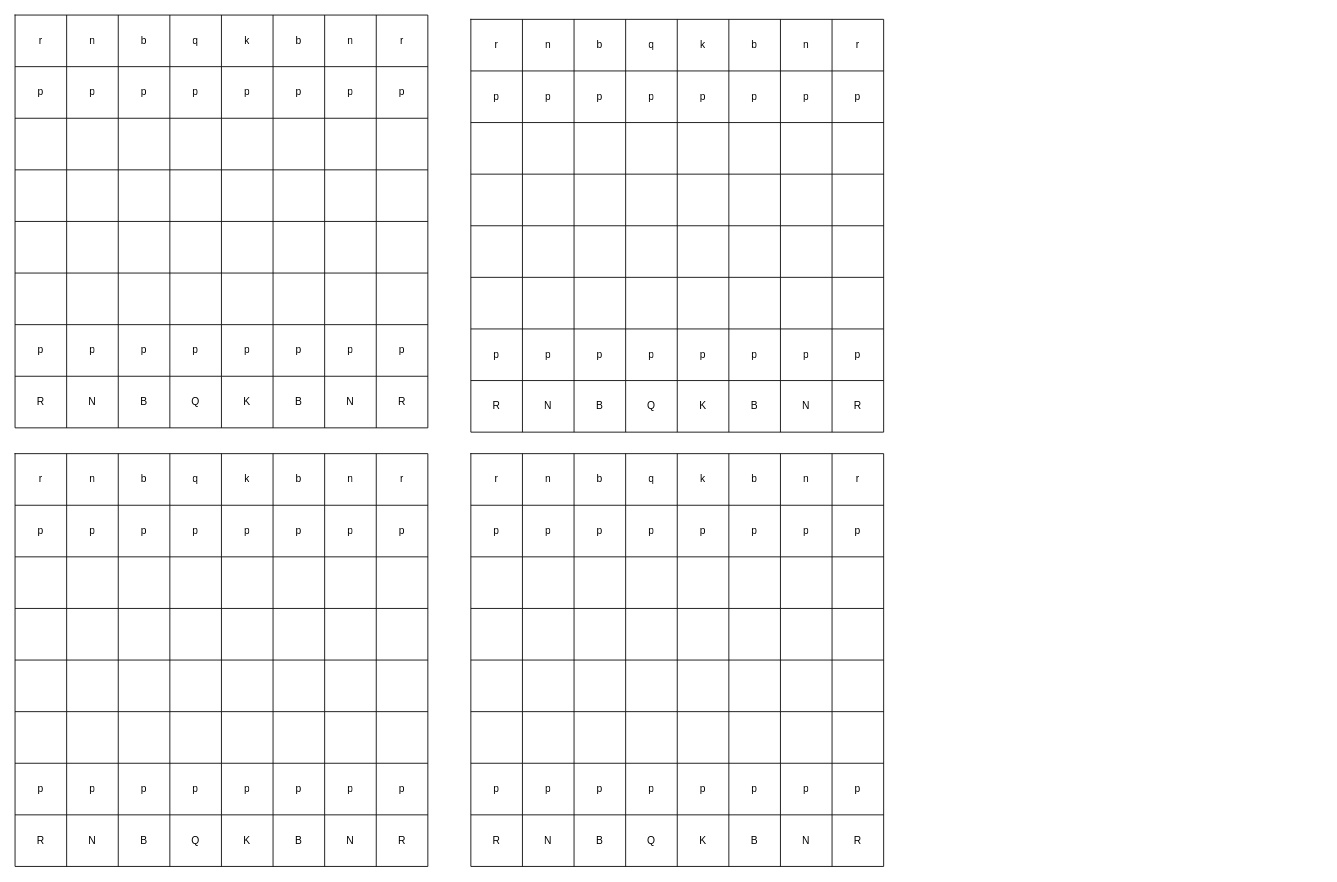
Before: engine/design.drawio in Dan-Mach/rusty-chess, a draw.io diagram. Source tidied: cells renumbered, new cells numbered last; positions are measured from the earlier drawing's top-left corner, leaving out a move shared by most shapes. Both pictures are drawn from the tidied source at 86%, with x=0, y=0 at pixel (15, 15).
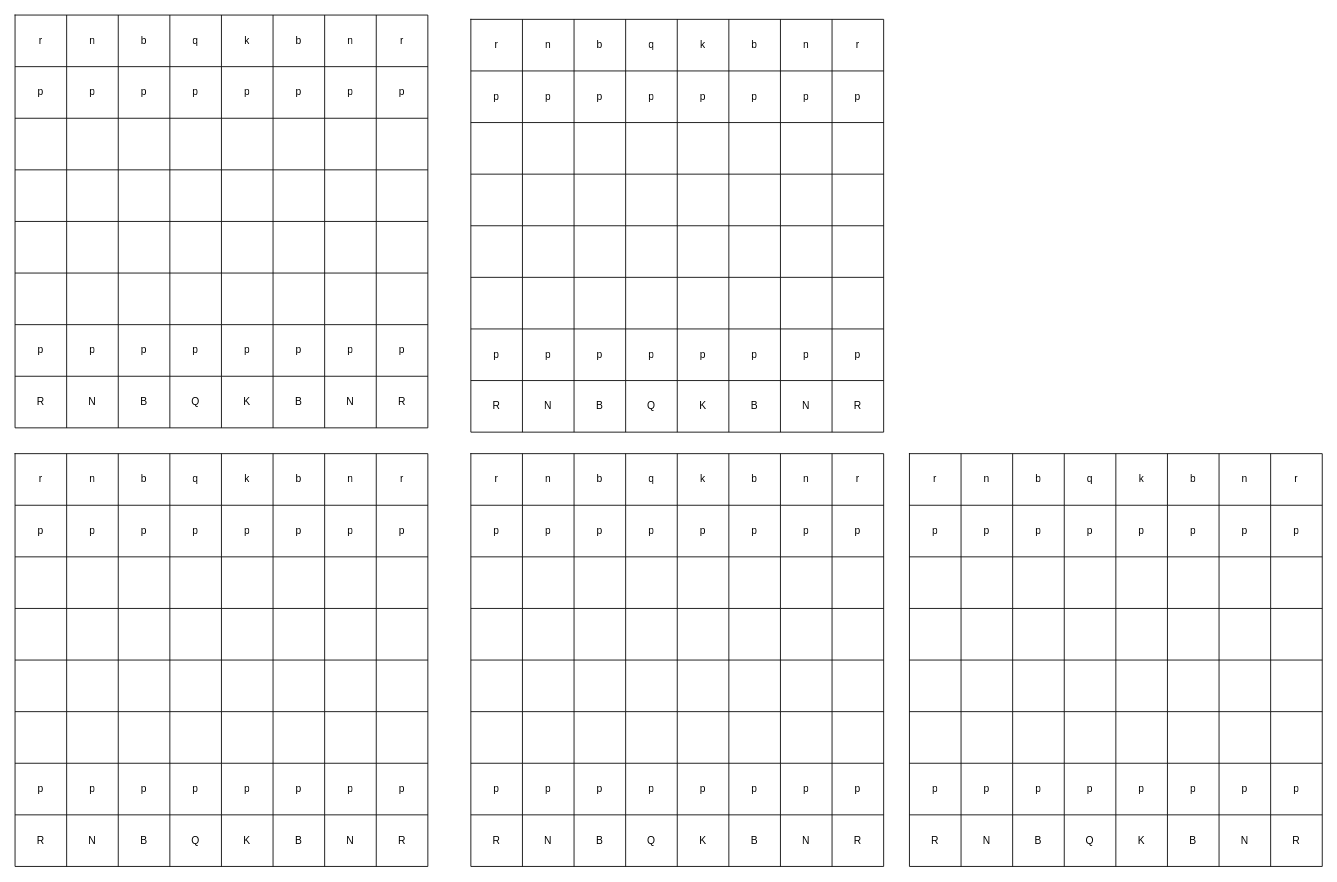
After the change.

Change to the diagram source:
```diff
@@
+    <mxCell id="294" style="shape=table;startSize=0;childLayout=tableLayout;" parent="1" vertex="1">
+      <mxGeometry x="1040" y="510" width="480" height="480" as="geometry" />
+    </mxCell>
+    <mxCell id="295" style="shape=tableRow;horizontal=0;startSize=0;swimlaneHead=0;swimlaneBody=0;strokeColor=inherit;top=0;left=0;bottom=0;right=0;fillColor=none;" parent="294" vertex="1">
+      <mxGeometry width="480" height="60" as="geometry" />
+    </mxCell>
+    <mxCell id="296" value="r" style="shape=partialRectangle;html=1;whiteSpace=wrap;strokeColor=inherit;overflow=hidden;fillColor=none;top=0;left=0;bottom=0;right=0;" parent="295" vertex="1">
+      <mxGeometry width="60" height="60" as="geometry" />
+    </mxCell>
+    <mxCell id="297" value="n" style="shape=partialRectangle;html=1;whiteSpace=wrap;strokeColor=inherit;overflow=hidden;fillColor=none;top=0;left=0;bottom=0;right=0;" parent="295" vertex="1">
+      <mxGeometry x="60" width="60" height="60" as="geometry" />
+    </mxCell>
+    <mxCell id="298" value="b" style="shape=partialRectangle;html=1;whiteSpace=wrap;strokeColor=inherit;overflow=hidden;fillColor=none;top=0;left=0;bottom=0;right=0;" parent="295" vertex="1">
+      <mxGeometry x="120" width="60" height="60" as="geometry" />
+    </mxCell>
+    <mxCell id="299" value="q" style="shape=partialRectangle;html=1;whiteSpace=wrap;strokeColor=inherit;overflow=hidden;fillColor=none;top=0;left=0;bottom=0;right=0;" parent="295" vertex="1">
+      <mxGeometry x="180" width="60" height="60" as="geometry" />
+    </mxCell>
+    <mxCell id="300" value="k" style="shape=partialRectangle;html=1;whiteSpace=wrap;strokeColor=inherit;overflow=hidden;fillColor=none;top=0;left=0;bottom=0;right=0;" parent="295" vertex="1">
+      <mxGeometry x="240" width="60" height="60" as="geometry" />
+    </mxCell>
+    <mxCell id="301" value="b" style="shape=partialRectangle;html=1;whiteSpace=wrap;strokeColor=inherit;overflow=hidden;fillColor=none;top=0;left=0;bottom=0;right=0;" parent="295" vertex="1">
+      <mxGeometry x="300" width="60" height="60" as="geometry" />
+    </mxCell>
+    <mxCell id="302" value="n" style="shape=partialRectangle;html=1;whiteSpace=wrap;strokeColor=inherit;overflow=hidden;fillColor=none;top=0;left=0;bottom=0;right=0;" parent="295" vertex="1">
+      <mxGeometry x="360" width="60" height="60" as="geometry" />
+    </mxCell>
+    <mxCell id="303" value="r" style="shape=partialRectangle;html=1;whiteSpace=wrap;strokeColor=inherit;overflow=hidden;fillColor=none;top=0;left=0;bottom=0;right=0;" parent="295" vertex="1">
+      <mxGeometry x="420" width="60" height="60" as="geometry" />
+    </mxCell>
+    <mxCell id="304" style="shape=tableRow;horizontal=0;startSize=0;swimlaneHead=0;swimlaneBody=0;strokeColor=inherit;top=0;left=0;bottom=0;right=0;fillColor=none;" parent="294" vertex="1">
+      <mxGeometry y="60" width="480" height="60" as="geometry" />
+    </mxCell>
+    <mxCell id="305" value="p" style="shape=partialRectangle;html=1;whiteSpace=wrap;strokeColor=inherit;overflow=hidden;fillColor=none;top=0;left=0;bottom=0;right=0;" parent="304" vertex="1">
+      <mxGeometry width="60" height="60" as="geometry" />
+    </mxCell>
+    <mxCell id="306" value="p" style="shape=partialRectangle;html=1;whiteSpace=wrap;strokeColor=inherit;overflow=hidden;fillColor=none;top=0;left=0;bottom=0;right=0;" parent="304" vertex="1">
+      <mxGeometry x="60" width="60" height="60" as="geometry" />
+    </mxCell>
+    <mxCell id="307" value="p" style="shape=partialRectangle;html=1;whiteSpace=wrap;strokeColor=inherit;overflow=hidden;fillColor=none;top=0;left=0;bottom=0;right=0;" parent="304" vertex="1">
+      <mxGeometry x="120" width="60" height="60" as="geometry" />
+    </mxCell>
+    <mxCell id="308" value="p" style="shape=partialRectangle;html=1;whiteSpace=wrap;strokeColor=inherit;overflow=hidden;fillColor=none;top=0;left=0;bottom=0;right=0;" parent="304" vertex="1">
+      <mxGeometry x="180" width="60" height="60" as="geometry" />
+    </mxCell>
+    <mxCell id="309" value="p" style="shape=partialRectangle;html=1;whiteSpace=wrap;strokeColor=inherit;overflow=hidden;fillColor=none;top=0;left=0;bottom=0;right=0;" parent="304" vertex="1">
+      <mxGeometry x="240" width="60" height="60" as="geometry" />
+    </mxCell>
+    <mxCell id="310" value="p" style="shape=partialRectangle;html=1;whiteSpace=wrap;strokeColor=inherit;overflow=hidden;fillColor=none;top=0;left=0;bottom=0;right=0;" parent="304" vertex="1">
+      <mxGeometry x="300" width="60" height="60" as="geometry" />
+    </mxCell>
+    <mxCell id="311" value="p" style="shape=partialRectangle;html=1;whiteSpace=wrap;strokeColor=inherit;overflow=hidden;fillColor=none;top=0;left=0;bottom=0;right=0;" parent="304" vertex="1">
+      <mxGeometry x="360" width="60" height="60" as="geometry" />
+    </mxCell>
+    <mxCell id="312" value="p" style="shape=partialRectangle;html=1;whiteSpace=wrap;strokeColor=inherit;overflow=hidden;fillColor=none;top=0;left=0;bottom=0;right=0;" parent="304" vertex="1">
+      <mxGeometry x="420" width="60" height="60" as="geometry" />
+    </mxCell>
+    <mxCell id="313" style="shape=tableRow;horizontal=0;startSize=0;swimlaneHead=0;swimlaneBody=0;strokeColor=inherit;top=0;left=0;bottom=0;right=0;fillColor=none;" parent="294" vertex="1">
+      <mxGeometry y="120" width="480" height="60" as="geometry" />
+    </mxCell>
+    <mxCell id="314" style="shape=partialRectangle;html=1;whiteSpace=wrap;strokeColor=inherit;overflow=hidden;fillColor=none;top=0;left=0;bottom=0;right=0;" parent="313" vertex="1">
+      <mxGeometry width="60" height="60" as="geometry" />
+    </mxCell>
+    <mxCell id="315" style="shape=partialRectangle;html=1;whiteSpace=wrap;strokeColor=inherit;overflow=hidden;fillColor=none;top=0;left=0;bottom=0;right=0;" parent="313" vertex="1">
+      <mxGeometry x="60" width="60" height="60" as="geometry" />
+    </mxCell>
+    <mxCell id="316" style="shape=partialRectangle;html=1;whiteSpace=wrap;strokeColor=inherit;overflow=hidden;fillColor=none;top=0;left=0;bottom=0;right=0;" parent="313" vertex="1">
+      <mxGeometry x="120" width="60" height="60" as="geometry" />
+    </mxCell>
+    <mxCell id="317" style="shape=partialRectangle;html=1;whiteSpace=wrap;strokeColor=inherit;overflow=hidden;fillColor=none;top=0;left=0;bottom=0;right=0;" parent="313" vertex="1">
+      <mxGeometry x="180" width="60" height="60" as="geometry" />
+    </mxCell>
+    <mxCell id="318" style="shape=partialRectangle;html=1;whiteSpace=wrap;strokeColor=inherit;overflow=hidden;fillColor=none;top=0;left=0;bottom=0;right=0;" parent="313" vertex="1">
+      <mxGeometry x="240" width="60" height="60" as="geometry" />
+    </mxCell>
+    <mxCell id="319" style="shape=partialRectangle;html=1;whiteSpace=wrap;strokeColor=inherit;overflow=hidden;fillColor=none;top=0;left=0;bottom=0;right=0;" parent="313" vertex="1">
+      <mxGeometry x="300" width="60" height="60" as="geometry" />
+    </mxCell>
+    <mxCell id="320" style="shape=partialRectangle;html=1;whiteSpace=wrap;strokeColor=inherit;overflow=hidden;fillColor=none;top=0;left=0;bottom=0;right=0;" parent="313" vertex="1">
+      <mxGeometry x="360" width="60" height="60" as="geometry" />
+    </mxCell>
+    <mxCell id="321" style="shape=partialRectangle;html=1;whiteSpace=wrap;strokeColor=inherit;overflow=hidden;fillColor=none;top=0;left=0;bottom=0;right=0;" parent="313" vertex="1">
+      <mxGeometry x="420" width="60" height="60" as="geometry" />
+    </mxCell>
+    <mxCell id="322" style="shape=tableRow;horizontal=0;startSize=0;swimlaneHead=0;swimlaneBody=0;strokeColor=inherit;top=0;left=0;bottom=0;right=0;fillColor=none;" parent="294" vertex="1">
+      <mxGeometry y="180" width="480" height="60" as="geometry" />
+    </mxCell>
+    <mxCell id="323" style="shape=partialRectangle;html=1;whiteSpace=wrap;strokeColor=inherit;overflow=hidden;fillColor=none;top=0;left=0;bottom=0;right=0;" parent="322" vertex="1">
+      <mxGeometry width="60" height="60" as="geometry" />
+    </mxCell>
+    <mxCell id="324" style="shape=partialRectangle;html=1;whiteSpace=wrap;strokeColor=inherit;overflow=hidden;fillColor=none;top=0;left=0;bottom=0;right=0;" parent="322" vertex="1">
+      <mxGeometry x="60" width="60" height="60" as="geometry" />
+    </mxCell>
+    <mxCell id="325" style="shape=partialRectangle;html=1;whiteSpace=wrap;strokeColor=inherit;overflow=hidden;fillColor=none;top=0;left=0;bottom=0;right=0;" parent="322" vertex="1">
+      <mxGeometry x="120" width="60" height="60" as="geometry" />
+    </mxCell>
+    <mxCell id="326" style="shape=partialRectangle;html=1;whiteSpace=wrap;strokeColor=inherit;overflow=hidden;fillColor=none;top=0;left=0;bottom=0;right=0;" parent="322" vertex="1">
+      <mxGeometry x="180" width="60" height="60" as="geometry" />
+    </mxCell>
+    <mxCell id="327" style="shape=partialRectangle;html=1;whiteSpace=wrap;strokeColor=inherit;overflow=hidden;fillColor=none;top=0;left=0;bottom=0;right=0;" parent="322" vertex="1">
+      <mxGeometry x="240" width="60" height="60" as="geometry" />
+    </mxCell>
+    <mxCell id="328" style="shape=partialRectangle;html=1;whiteSpace=wrap;strokeColor=inherit;overflow=hidden;fillColor=none;top=0;left=0;bottom=0;right=0;" parent="322" vertex="1">
+      <mxGeometry x="300" width="60" height="60" as="geometry" />
+    </mxCell>
+    <mxCell id="329" style="shape=partialRectangle;html=1;whiteSpace=wrap;strokeColor=inherit;overflow=hidden;fillColor=none;top=0;left=0;bottom=0;right=0;" parent="322" vertex="1">
+      <mxGeometry x="360" width="60" height="60" as="geometry" />
+    </mxCell>
+    <mxCell id="330" style="shape=partialRectangle;html=1;whiteSpace=wrap;strokeColor=inherit;overflow=hidden;fillColor=none;top=0;left=0;bottom=0;right=0;" parent="322" vertex="1">
+      <mxGeometry x="420" width="60" height="60" as="geometry" />
+    </mxCell>
+    <mxCell id="331" style="shape=tableRow;horizontal=0;startSize=0;swimlaneHead=0;swimlaneBody=0;strokeColor=inherit;top=0;left=0;bottom=0;right=0;fillColor=none;" parent="294" vertex="1">
+      <mxGeometry y="240" width="480" height="60" as="geometry" />
+    </mxCell>
+    <mxCell id="332" style="shape=partialRectangle;html=1;whiteSpace=wrap;strokeColor=inherit;overflow=hidden;fillColor=none;top=0;left=0;bottom=0;right=0;" parent="331" vertex="1">
+      <mxGeometry width="60" height="60" as="geometry" />
+    </mxCell>
+    <mxCell id="333" style="shape=partialRectangle;html=1;whiteSpace=wrap;strokeColor=inherit;overflow=hidden;fillColor=none;top=0;left=0;bottom=0;right=0;" parent="331" vertex="1">
+      <mxGeometry x="60" width="60" height="60" as="geometry" />
+    </mxCell>
+    <mxCell id="334" style="shape=partialRectangle;html=1;whiteSpace=wrap;strokeColor=inherit;overflow=hidden;fillColor=none;top=0;left=0;bottom=0;right=0;" parent="331" vertex="1">
+      <mxGeometry x="120" width="60" height="60" as="geometry" />
+    </mxCell>
+    <mxCell id="335" style="shape=partialRectangle;html=1;whiteSpace=wrap;strokeColor=inherit;overflow=hidden;fillColor=none;top=0;left=0;bottom=0;right=0;" parent="331" vertex="1">
+      <mxGeometry x="180" width="60" height="60" as="geometry" />
+    </mxCell>
+    <mxCell id="336" style="shape=partialRectangle;html=1;whiteSpace=wrap;strokeColor=inherit;overflow=hidden;fillColor=none;top=0;left=0;bottom=0;right=0;" parent="331" vertex="1">
+      <mxGeometry x="240" width="60" height="60" as="geometry" />
+    </mxCell>
+    <mxCell id="337" style="shape=partialRectangle;html=1;whiteSpace=wrap;strokeColor=inherit;overflow=hidden;fillColor=none;top=0;left=0;bottom=0;right=0;" parent="331" vertex="1">
+      <mxGeometry x="300" width="60" height="60" as="geometry" />
+    </mxCell>
+    <mxCell id="338" style="shape=partialRectangle;html=1;whiteSpace=wrap;strokeColor=inherit;overflow=hidden;fillColor=none;top=0;left=0;bottom=0;right=0;" parent="331" vertex="1">
+      <mxGeometry x="360" width="60" height="60" as="geometry" />
+    </mxCell>
+    <mxCell id="339" style="shape=partialRectangle;html=1;whiteSpace=wrap;strokeColor=inherit;overflow=hidden;fillColor=none;top=0;left=0;bottom=0;right=0;" parent="331" vertex="1">
+      <mxGeometry x="420" width="60" height="60" as="geometry" />
+    </mxCell>
+    <mxCell id="340" style="shape=tableRow;horizontal=0;startSize=0;swimlaneHead=0;swimlaneBody=0;strokeColor=inherit;top=0;left=0;bottom=0;right=0;fillColor=none;" parent="294" vertex="1">
+      <mxGeometry y="300" width="480" height="60" as="geometry" />
+    </mxCell>
+    <mxCell id="341" style="shape=partialRectangle;html=1;whiteSpace=wrap;strokeColor=inherit;overflow=hidden;fillColor=none;top=0;left=0;bottom=0;right=0;" parent="340" vertex="1">
+      <mxGeometry width="60" height="60" as="geometry" />
+    </mxCell>
+    <mxCell id="342" style="shape=partialRectangle;html=1;whiteSpace=wrap;strokeColor=inherit;overflow=hidden;fillColor=none;top=0;left=0;bottom=0;right=0;" parent="340" vertex="1">
+      <mxGeometry x="60" width="60" height="60" as="geometry" />
+    </mxCell>
+    <mxCell id="343" style="shape=partialRectangle;html=1;whiteSpace=wrap;strokeColor=inherit;overflow=hidden;fillColor=none;top=0;left=0;bottom=0;right=0;" parent="340" vertex="1">
+      <mxGeometry x="120" width="60" height="60" as="geometry" />
+    </mxCell>
+    <mxCell id="344" style="shape=partialRectangle;html=1;whiteSpace=wrap;strokeColor=inherit;overflow=hidden;fillColor=none;top=0;left=0;bottom=0;right=0;" parent="340" vertex="1">
+      <mxGeometry x="180" width="60" height="60" as="geometry" />
+    </mxCell>
+    <mxCell id="345" style="shape=partialRectangle;html=1;whiteSpace=wrap;strokeColor=inherit;overflow=hidden;fillColor=none;top=0;left=0;bottom=0;right=0;" parent="340" vertex="1">
+      <mxGeometry x="240" width="60" height="60" as="geometry" />
+    </mxCell>
+    <mxCell id="346" style="shape=partialRectangle;html=1;whiteSpace=wrap;strokeColor=inherit;overflow=hidden;fillColor=none;top=0;left=0;bottom=0;right=0;" parent="340" vertex="1">
+      <mxGeometry x="300" width="60" height="60" as="geometry" />
+    </mxCell>
+    <mxCell id="347" style="shape=partialRectangle;html=1;whiteSpace=wrap;strokeColor=inherit;overflow=hidden;fillColor=none;top=0;left=0;bottom=0;right=0;" parent="340" vertex="1">
+      <mxGeometry x="360" width="60" height="60" as="geometry" />
+    </mxCell>
+    <mxCell id="348" style="shape=partialRectangle;html=1;whiteSpace=wrap;strokeColor=inherit;overflow=hidden;fillColor=none;top=0;left=0;bottom=0;right=0;" parent="340" vertex="1">
+      <mxGeometry x="420" width="60" height="60" as="geometry" />
+    </mxCell>
+    <mxCell id="349" style="shape=tableRow;horizontal=0;startSize=0;swimlaneHead=0;swimlaneBody=0;strokeColor=inherit;top=0;left=0;bottom=0;right=0;fillColor=none;" parent="294" vertex="1">
+      <mxGeometry y="360" width="480" height="60" as="geometry" />
+    </mxCell>
+    <mxCell id="350" value="p" style="shape=partialRectangle;html=1;whiteSpace=wrap;strokeColor=inherit;overflow=hidden;fillColor=none;top=0;left=0;bottom=0;right=0;" parent="349" vertex="1">
+      <mxGeometry width="60" height="60" as="geometry" />
+    </mxCell>
+    <mxCell id="351" value="p" style="shape=partialRectangle;html=1;whiteSpace=wrap;strokeColor=inherit;overflow=hidden;fillColor=none;top=0;left=0;bottom=0;right=0;" parent="349" vertex="1">
+      <mxGeometry x="60" width="60" height="60" as="geometry" />
+    </mxCell>
+    <mxCell id="352" value="p" style="shape=partialRectangle;html=1;whiteSpace=wrap;strokeColor=inherit;overflow=hidden;fillColor=none;top=0;left=0;bottom=0;right=0;" parent="349" vertex="1">
+      <mxGeometry x="120" width="60" height="60" as="geometry" />
+    </mxCell>
+    <mxCell id="353" value="p" style="shape=partialRectangle;html=1;whiteSpace=wrap;strokeColor=inherit;overflow=hidden;fillColor=none;top=0;left=0;bottom=0;right=0;" parent="349" vertex="1">
+      <mxGeometry x="180" width="60" height="60" as="geometry" />
+    </mxCell>
+    <mxCell id="354" value="p" style="shape=partialRectangle;html=1;whiteSpace=wrap;strokeColor=inherit;overflow=hidden;fillColor=none;top=0;left=0;bottom=0;right=0;" parent="349" vertex="1">
+      <mxGeometry x="240" width="60" height="60" as="geometry" />
+    </mxCell>
+    <mxCell id="355" value="p" style="shape=partialRectangle;html=1;whiteSpace=wrap;strokeColor=inherit;overflow=hidden;fillColor=none;top=0;left=0;bottom=0;right=0;" parent="349" vertex="1">
+      <mxGeometry x="300" width="60" height="60" as="geometry" />
+    </mxCell>
+    <mxCell id="356" value="p" style="shape=partialRectangle;html=1;whiteSpace=wrap;strokeColor=inherit;overflow=hidden;fillColor=none;top=0;left=0;bottom=0;right=0;" parent="349" vertex="1">
+      <mxGeometry x="360" width="60" height="60" as="geometry" />
+    </mxCell>
+    <mxCell id="357" value="p" style="shape=partialRectangle;html=1;whiteSpace=wrap;strokeColor=inherit;overflow=hidden;fillColor=none;top=0;left=0;bottom=0;right=0;" parent="349" vertex="1">
+      <mxGeometry x="420" width="60" height="60" as="geometry" />
+    </mxCell>
+    <mxCell id="358" style="shape=tableRow;horizontal=0;startSize=0;swimlaneHead=0;swimlaneBody=0;strokeColor=inherit;top=0;left=0;bottom=0;right=0;fillColor=none;" parent="294" vertex="1">
+      <mxGeometry y="420" width="480" height="60" as="geometry" />
+    </mxCell>
+    <mxCell id="359" value="R" style="shape=partialRectangle;html=1;whiteSpace=wrap;strokeColor=inherit;overflow=hidden;fillColor=none;top=0;left=0;bottom=0;right=0;" parent="358" vertex="1">
+      <mxGeometry width="60" height="60" as="geometry" />
+    </mxCell>
+    <mxCell id="360" value="N" style="shape=partialRectangle;html=1;whiteSpace=wrap;strokeColor=inherit;overflow=hidden;fillColor=none;top=0;left=0;bottom=0;right=0;" parent="358" vertex="1">
+      <mxGeometry x="60" width="60" height="60" as="geometry" />
+    </mxCell>
+    <mxCell id="361" value="B" style="shape=partialRectangle;html=1;whiteSpace=wrap;strokeColor=inherit;overflow=hidden;fillColor=none;top=0;left=0;bottom=0;right=0;" parent="358" vertex="1">
+      <mxGeometry x="120" width="60" height="60" as="geometry" />
+    </mxCell>
+    <mxCell id="362" value="Q" style="shape=partialRectangle;html=1;whiteSpace=wrap;strokeColor=inherit;overflow=hidden;fillColor=none;top=0;left=0;bottom=0;right=0;" parent="358" vertex="1">
+      <mxGeometry x="180" width="60" height="60" as="geometry" />
+    </mxCell>
+    <mxCell id="363" value="K" style="shape=partialRectangle;html=1;whiteSpace=wrap;strokeColor=inherit;overflow=hidden;fillColor=none;top=0;left=0;bottom=0;right=0;" parent="358" vertex="1">
+      <mxGeometry x="240" width="60" height="60" as="geometry" />
+    </mxCell>
+    <mxCell id="364" value="B" style="shape=partialRectangle;html=1;whiteSpace=wrap;strokeColor=inherit;overflow=hidden;fillColor=none;top=0;left=0;bottom=0;right=0;" parent="358" vertex="1">
+      <mxGeometry x="300" width="60" height="60" as="geometry" />
+    </mxCell>
+    <mxCell id="365" value="N" style="shape=partialRectangle;html=1;whiteSpace=wrap;strokeColor=inherit;overflow=hidden;fillColor=none;top=0;left=0;bottom=0;right=0;" parent="358" vertex="1">
+      <mxGeometry x="360" width="60" height="60" as="geometry" />
+    </mxCell>
+    <mxCell id="366" value="R" style="shape=partialRectangle;html=1;whiteSpace=wrap;strokeColor=inherit;overflow=hidden;fillColor=none;top=0;left=0;bottom=0;right=0;" parent="358" vertex="1">
+      <mxGeometry x="420" width="60" height="60" as="geometry" />
+    </mxCell>
```
